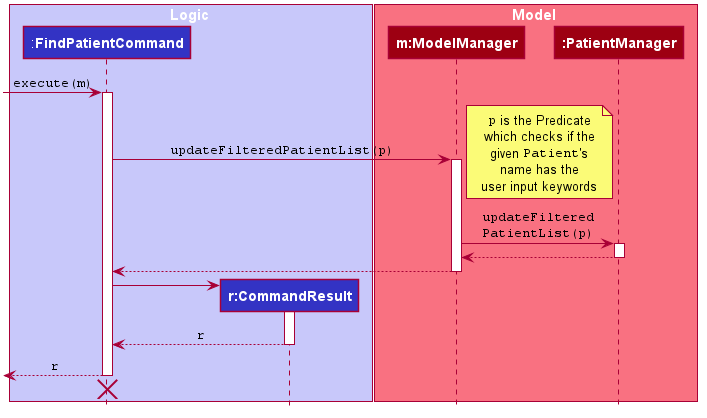
Above: docs/images/FindPatientSequenceDiagram.png in thutahw/tp (PlantUML), before the change. Its diagram source:
```plantuml
@startuml








skinparam BackgroundColor #FFFFFFF

skinparam Shadowing false

skinparam Class {
    BorderThickness 1
        BorderColor MAIN_DARK_COLOR
        BackgroundColor MAIN_MEDIUM_COLOR
        AttributeFontColor MAIN_MEDIUM_DARK_COLOR
        AttributeIconSize 0
        StereotypeFontColor MAIN_DARK_COLOR
        StereotypeFontStyle normal
        FontName Arial
}

skinparam Object {
    BorderThickness 2
    BorderColor MAIN_DARK_COLOR
    BackgroundColor MAIN_LIGHT_COLOR
    AttributeFontColor MAIN_MEDIUM_DARK_COLOR
    AttributeIconSize 0
    StereotypeFontColor MAIN_DARK_COLOR
    StereotypeFontStyle normal
    FontName Arial
}

skinparam Actor {
    BorderColor #000000
    Color #000000
    FontName Arial
}

skinparam Sequence {
    MessageAlign center
    BoxFontSize 15
    BoxPadding 0
    BoxFontColor #FFFFFF
    FontName Arial
}

skinparam Participant {
    FontColor #FFFFFFF
    Padding 20
}

skinparam MinClassWidth 50
skinparam ParticipantPadding 10
skinparam Shadowing false
skinparam DefaultTextAlignment center
skinparam packageStyle Rectangle

hide footbox
hide circle

box Logic #C8C8FA
participant ":**FindPatientCommand**" as FindPatientCommand #3333C4
participant "**r:CommandResult**" as CommandResult #3333C4
end box

box Model #F97181
participant "**m:ModelManager**" as ModelManager #9D0012
participant "**:PatientManager**" as PatientManager #9D0012
end box

[-> FindPatientCommand : ""execute(m)""
activate FindPatientCommand

FindPatientCommand -> ModelManager : ""updateFilteredPatientList(p)""
activate ModelManager

note right
""p"" is the Predicate
which checks if the
given ""Patient""'s
name has the
user input keywords
end note

ModelManager -> PatientManager : ""updateFiltered""\n""PatientList(p)""
activate PatientManager

PatientManager --> ModelManager
deactivate PatientManager

ModelManager --> FindPatientCommand
deactivate

create CommandResult
FindPatientCommand -> CommandResult
activate CommandResult

CommandResult --> FindPatientCommand : ""r""
deactivate CommandResult

[<-- FindPatientCommand : ""r""
deactivate FindPatientCommand

FindPatientCommand -[hidden]> CommandResult
destroy FindPatientCommand

@enduml
```
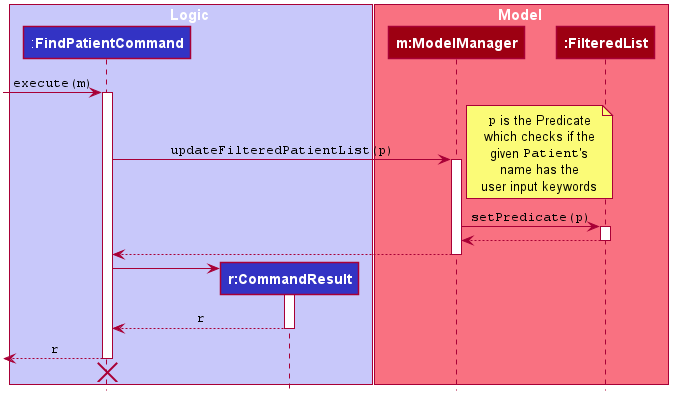
Later version of the same file.

Diff of the diagram source:
```diff
@@ -68,7 +68,7 @@
 
 box Model #F97181
 participant "**m:ModelManager**" as ModelManager #9D0012
-participant "**:PatientManager**" as PatientManager #9D0012
+participant "**:FilteredList**" as FilteredList #9D0012
 end box
 
 [-> FindPatientCommand : ""execute(m)""
@@ -85,11 +85,11 @@
 user input keywords
 end note
 
-ModelManager -> PatientManager : ""updateFiltered""\n""PatientList(p)""
-activate PatientManager
+ModelManager -> FilteredList : ""setPredicate(p)""
+activate FilteredList
 
-PatientManager --> ModelManager
-deactivate PatientManager
+FilteredList --> ModelManager
+deactivate FilteredList
 
 ModelManager --> FindPatientCommand
 deactivate
```
